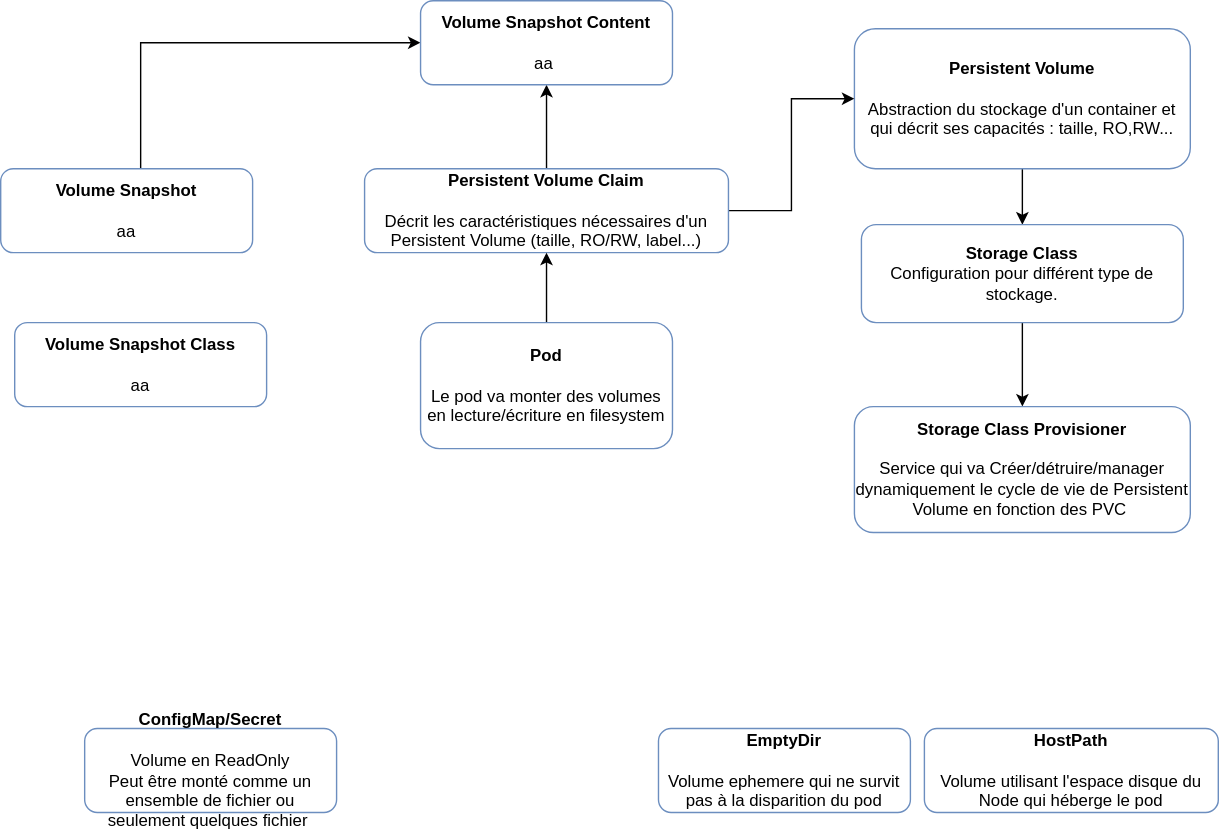
This is images/Persistence.svg from obeyler/Formation-K8S, a draw.io export, as it was before one commit. Source tidied: cells renumbered, new cells last; positions are measured from the earlier drawing's top-left corner, leaving out a move shared by most shapes.
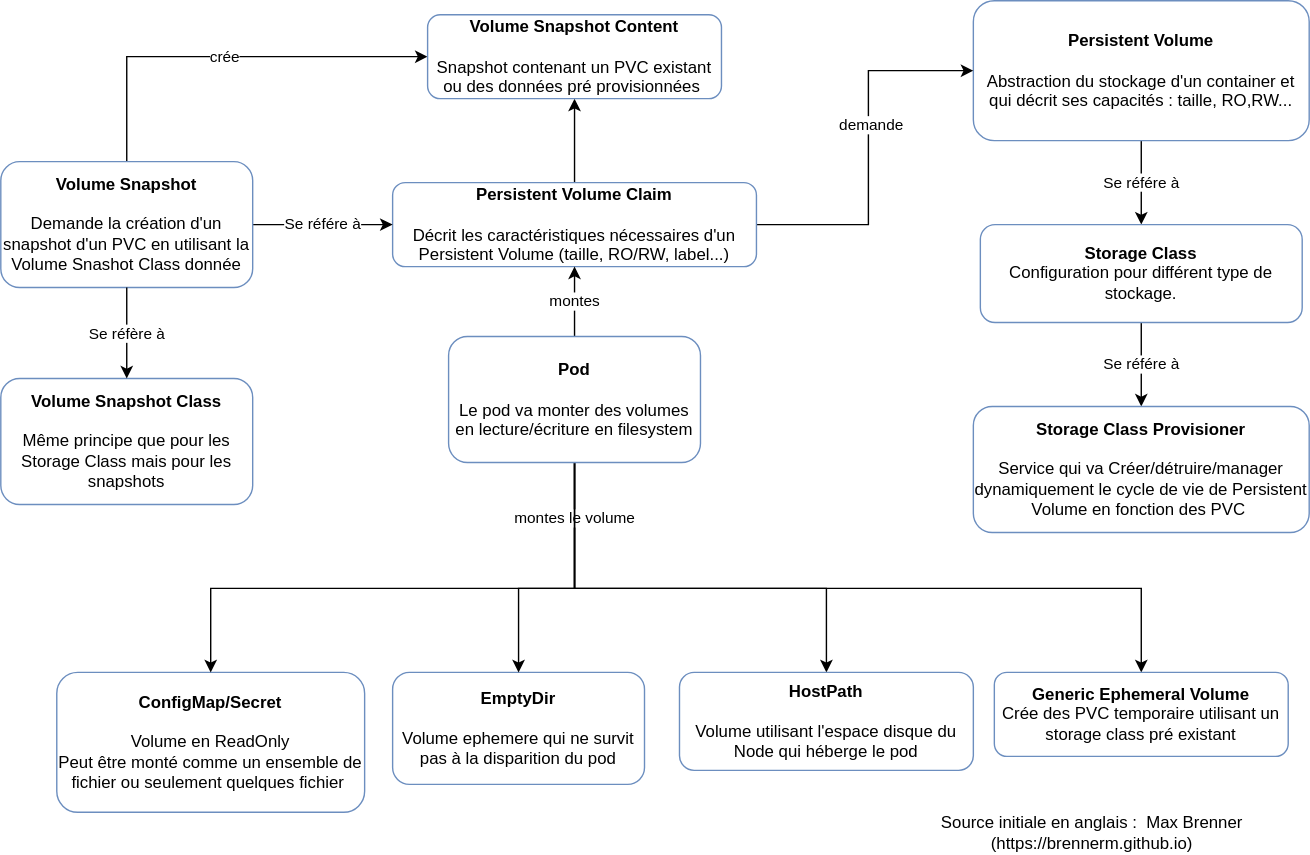
Later version of the same file.

The edit, as a diff of the source:
```diff
@@ -2,60 +2,112 @@
   <root>
     <mxCell id="0" />
     <mxCell id="1" parent="0" />
-    <mxCell id="2" style="edgeStyle=orthogonalEdgeStyle;rounded=0;jettySize=auto;html=1;entryX=0.5;entryY=0;entryDx=0;entryDy=0;" parent="1" edge="1" source="3" target="8">
+    <mxCell id="2" value="Se référe à" style="edgeStyle=orthogonalEdgeStyle;rounded=0;jettySize=auto;html=1;entryX=0.5;entryY=0;entryDx=0;entryDy=0;exitX=0.5;exitY=1;exitDx=0;exitDy=0;" parent="1" edge="1" source="3" target="8">
       <mxGeometry relative="1" as="geometry" />
     </mxCell>
     <mxCell id="3" value="&lt;b&gt;Persistent Volume&lt;/b&gt;&lt;br&gt;&lt;br&gt;Abstraction du stockage d'un container et qui décrit ses capacités : taille, RO,RW..." style="rounded=1;whiteSpace=wrap;html=1;fillColor=none;strokeColor=#6c8ebf;" parent="1" vertex="1">
-      <mxGeometry x="610" y="20" width="240" height="100" as="geometry" />
+      <mxGeometry x="675" y="-10" width="240" height="100" as="geometry" />
     </mxCell>
     <mxCell id="4" style="edgeStyle=orthogonalEdgeStyle;rounded=0;jettySize=auto;html=1;" parent="1" edge="1" source="6" target="3">
-      <mxGeometry relative="1" as="geometry" />
+      <mxGeometry relative="1" as="geometry">
+        <Array as="points">
+          <mxPoint x="600" y="150" />
+          <mxPoint x="600" y="40" />
+        </Array>
+      </mxGeometry>
     </mxCell>
+    <mxCell id="19" value="demande" style="edgeLabel;html=1;align=center;verticalAlign=middle;" parent="4" vertex="1">
+      <mxGeometry x="0.15" y="-1" relative="1" as="geometry" />
+    </mxCell>
     <mxCell id="5" style="edgeStyle=orthogonalEdgeStyle;rounded=0;jettySize=auto;html=1;" parent="1" edge="1" source="6" target="18">
       <mxGeometry relative="1" as="geometry" />
     </mxCell>
     <mxCell id="6" value="&lt;b&gt;Persistent Volume Claim&lt;/b&gt;&lt;br&gt;&lt;br&gt;Décrit les caractéristiques nécessaires d'un Persistent Volume (taille, RO/RW, label...)" style="rounded=1;whiteSpace=wrap;html=1;fillColor=none;strokeColor=#6c8ebf;" parent="1" vertex="1">
       <mxGeometry x="260" y="120" width="260" height="60" as="geometry" />
     </mxCell>
-    <mxCell id="7" style="edgeStyle=orthogonalEdgeStyle;rounded=0;jettySize=auto;html=1;entryX=0.5;entryY=0;entryDx=0;entryDy=0;" parent="1" edge="1" source="8" target="16">
+    <mxCell id="7" value="Se référe à" style="edgeStyle=orthogonalEdgeStyle;rounded=0;jettySize=auto;html=1;entryX=0.5;entryY=0;entryDx=0;entryDy=0;" parent="1" edge="1" source="8" target="16">
       <mxGeometry relative="1" as="geometry" />
     </mxCell>
     <mxCell id="8" value="&lt;b&gt;Storage Class&lt;/b&gt;&lt;br&gt;Configuration pour différent type de stockage." style="rounded=1;whiteSpace=wrap;html=1;fillColor=none;strokeColor=#6c8ebf;" parent="1" vertex="1">
-      <mxGeometry x="615" y="160" width="230" height="70" as="geometry" />
+      <mxGeometry x="680" y="150" width="230" height="70" as="geometry" />
     </mxCell>
-    <mxCell id="9" style="edgeStyle=orthogonalEdgeStyle;rounded=0;jettySize=auto;html=1;entryX=0;entryY=0.5;entryDx=0;entryDy=0;" parent="1" edge="1" source="10" target="18">
+    <mxCell id="9" value="crée" style="edgeStyle=orthogonalEdgeStyle;rounded=0;jettySize=auto;html=1;entryX=0;entryY=0.5;entryDx=0;entryDy=0;exitX=0.5;exitY=0;exitDx=0;exitDy=0;" parent="1" edge="1" source="10" target="18">
       <mxGeometry relative="1" as="geometry">
         <Array as="points">
-          <mxPoint x="100" y="30" />
+          <mxPoint x="70" y="30" />
         </Array>
       </mxGeometry>
     </mxCell>
+    <mxCell id="20" value="Se référe à" style="edgeStyle=orthogonalEdgeStyle;rounded=0;jettySize=auto;html=1;exitX=1;exitY=0.5;exitDx=0;exitDy=0;entryX=0;entryY=0.5;entryDx=0;entryDy=0;" parent="1" edge="1" source="10" target="6">
+      <mxGeometry relative="1" as="geometry" />
+    </mxCell>
-    <mxCell id="10" value="&lt;b&gt;Volume Snapshot&lt;/b&gt;&lt;br&gt;&lt;br&gt;aa" style="rounded=1;whiteSpace=wrap;html=1;fillColor=none;strokeColor=#6c8ebf;" parent="1" vertex="1">
-      <mxGeometry y="120" width="180" height="60" as="geometry" />
+    <mxCell id="10" value="&lt;b&gt;Volume Snapshot&lt;/b&gt;&lt;br&gt;&lt;br&gt;Demande la création d'un snapshot d'un PVC en utilisant la Volume Snashot Class donnée" style="rounded=1;whiteSpace=wrap;html=1;fillColor=none;strokeColor=#6c8ebf;" parent="1" vertex="1">
+      <mxGeometry x="-20" y="105" width="180" height="90" as="geometry" />
     </mxCell>
-    <mxCell id="11" value="&lt;b&gt;Volume Snapshot Class&lt;/b&gt;&lt;br&gt;&lt;br&gt;aa" style="rounded=1;whiteSpace=wrap;html=1;fillColor=none;strokeColor=#6c8ebf;" parent="1" vertex="1">
-      <mxGeometry x="10" y="230" width="180" height="60" as="geometry" />
+    <mxCell id="11" value="&lt;b&gt;Volume Snapshot Class&lt;/b&gt;&lt;br&gt;&lt;br&gt;Même principe que pour les Storage Class mais pour les snapshots" style="rounded=1;whiteSpace=wrap;html=1;fillColor=none;strokeColor=#6c8ebf;" parent="1" vertex="1">
+      <mxGeometry x="-20" y="260" width="180" height="90" as="geometry" />
     </mxCell>
     <mxCell id="12" value="&lt;b&gt;ConfigMap/Secret&lt;/b&gt;&lt;br&gt;&lt;br&gt;Volume en ReadOnly&lt;br&gt;Peut être monté comme un ensemble de fichier ou seulement quelques fichier&amp;nbsp;" style="rounded=1;whiteSpace=wrap;html=1;fillColor=none;strokeColor=#6c8ebf;" parent="1" vertex="1">
-      <mxGeometry x="60" y="520" width="180" height="60" as="geometry" />
+      <mxGeometry x="20" y="470" width="220" height="100" as="geometry" />
     </mxCell>
     <mxCell id="13" value="&lt;b&gt;EmptyDir&lt;/b&gt;&lt;br&gt;&lt;br&gt;Volume ephemere qui ne survit pas à la disparition du pod" style="rounded=1;whiteSpace=wrap;html=1;fillColor=none;strokeColor=#6c8ebf;" parent="1" vertex="1">
-      <mxGeometry x="470" y="520" width="180" height="60" as="geometry" />
+      <mxGeometry x="260" y="470" width="180" height="80" as="geometry" />
     </mxCell>
-    <mxCell id="14" style="edgeStyle=orthogonalEdgeStyle;rounded=0;jettySize=auto;html=1;entryX=0.5;entryY=1;entryDx=0;entryDy=0;" parent="1" edge="1" source="15" target="6">
+    <mxCell id="14" value="montes" style="edgeStyle=orthogonalEdgeStyle;rounded=0;jettySize=auto;html=1;entryX=0.5;entryY=1;entryDx=0;entryDy=0;" parent="1" edge="1" source="15" target="6">
       <mxGeometry relative="1" as="geometry" />
     </mxCell>
+    <mxCell id="21" style="edgeStyle=orthogonalEdgeStyle;rounded=0;jettySize=auto;html=1;entryX=0.5;entryY=0;entryDx=0;entryDy=0;" parent="1" edge="1" source="15" target="12">
+      <mxGeometry relative="1" as="geometry">
+        <Array as="points">
+          <mxPoint x="390" y="410" />
+          <mxPoint x="130" y="410" />
+        </Array>
+      </mxGeometry>
+    </mxCell>
+    <mxCell id="22" value="montes le volume" style="edgeStyle=orthogonalEdgeStyle;rounded=0;jettySize=auto;html=1;exitX=0.5;exitY=1;exitDx=0;exitDy=0;" parent="1" edge="1" source="15" target="13">
+      <mxGeometry x="-0.58" relative="1" as="geometry">
+        <Array as="points">
+          <mxPoint x="390" y="410" />
+          <mxPoint x="350" y="410" />
+        </Array>
+      </mxGeometry>
+    </mxCell>
+    <mxCell id="23" style="edgeStyle=orthogonalEdgeStyle;rounded=0;jettySize=auto;html=1;exitX=0.5;exitY=1;exitDx=0;exitDy=0;entryX=0.5;entryY=0;entryDx=0;entryDy=0;" parent="1" edge="1" source="15" target="17">
+      <mxGeometry relative="1" as="geometry">
+        <Array as="points">
+          <mxPoint x="390" y="410" />
+          <mxPoint x="570" y="410" />
+        </Array>
+      </mxGeometry>
+    </mxCell>
+    <mxCell id="24" style="edgeStyle=orthogonalEdgeStyle;rounded=0;jettySize=auto;html=1;exitX=0.5;exitY=1;exitDx=0;exitDy=0;entryX=0.5;entryY=0;entryDx=0;entryDy=0;" parent="1" edge="1" source="15" target="27">
+      <mxGeometry relative="1" as="geometry">
+        <Array as="points">
+          <mxPoint x="390" y="410" />
+          <mxPoint x="795" y="410" />
+        </Array>
+      </mxGeometry>
+    </mxCell>
     <mxCell id="15" value="&lt;b&gt;Pod&lt;/b&gt;&lt;br&gt;&lt;br&gt;Le pod va monter des volumes en lecture/écriture en filesystem" style="rounded=1;whiteSpace=wrap;html=1;fillColor=none;strokeColor=#6c8ebf;" parent="1" vertex="1">
       <mxGeometry x="300" y="230" width="180" height="90" as="geometry" />
     </mxCell>
     <mxCell id="16" value="&lt;b&gt;Storage Class Provisioner&lt;/b&gt;&lt;br&gt;&lt;br&gt;Service qui va Créer/détruire/manager dynamiquement le cycle de vie de Persistent Volume en fonction des PVC&amp;nbsp;" style="rounded=1;whiteSpace=wrap;html=1;fillColor=none;strokeColor=#6c8ebf;" parent="1" vertex="1">
-      <mxGeometry x="610" y="290" width="240" height="90" as="geometry" />
+      <mxGeometry x="675" y="280" width="240" height="90" as="geometry" />
     </mxCell>
     <mxCell id="17" value="&lt;b&gt;HostPath&lt;/b&gt;&lt;br&gt;&lt;br&gt;Volume utilisant l'espace disque du Node qui héberge le pod&lt;br&gt;" style="rounded=1;whiteSpace=wrap;html=1;fillColor=none;strokeColor=#6c8ebf;" parent="1" vertex="1">
-      <mxGeometry x="660" y="520" width="210" height="60" as="geometry" />
+      <mxGeometry x="465" y="470" width="210" height="70" as="geometry" />
     </mxCell>
-    <mxCell id="18" value="&lt;b&gt;Volume Snapshot Content&lt;/b&gt;&lt;br&gt;&lt;br&gt;aa&amp;nbsp;" style="rounded=1;whiteSpace=wrap;html=1;fillColor=none;strokeColor=#6c8ebf;" parent="1" vertex="1">
-      <mxGeometry x="300" width="180" height="60" as="geometry" />
+    <mxCell id="18" value="&lt;b&gt;Volume Snapshot Content&lt;/b&gt;&lt;br&gt;&lt;br&gt;Snapshot contenant un PVC existant ou des données pré provisionnées&amp;nbsp;" style="rounded=1;whiteSpace=wrap;html=1;fillColor=none;strokeColor=#6c8ebf;" parent="1" vertex="1">
+      <mxGeometry x="285" width="210" height="60" as="geometry" />
     </mxCell>
+    <mxCell id="25" value="Source initiale en anglais :&amp;nbsp; Max Brenner&lt;br&gt;(https://brennerm.github.io)" style="text;html=1;strokeColor=none;fillColor=none;align=center;verticalAlign=middle;whiteSpace=wrap;rounded=0;dashed=1;" parent="1" vertex="1">
+      <mxGeometry x="620" y="570" width="280" height="30" as="geometry" />
+    </mxCell>
+    <mxCell id="26" value="Se réfère à" style="edgeStyle=orthogonalEdgeStyle;rounded=0;jettySize=auto;html=1;exitX=0.5;exitY=1;exitDx=0;exitDy=0;entryX=0.5;entryY=0;entryDx=0;entryDy=0;" parent="1" edge="1" source="10" target="11">
+      <mxGeometry relative="1" as="geometry" />
+    </mxCell>
+    <mxCell id="27" value="&lt;b&gt;Generic Ephemeral Volume&lt;/b&gt;&lt;br&gt;Crée des PVC temporaire utilisant un storage class pré existant" style="rounded=1;whiteSpace=wrap;html=1;fillColor=none;strokeColor=#6c8ebf;" parent="1" vertex="1">
+      <mxGeometry x="690" y="470" width="210" height="60" as="geometry" />
+    </mxCell>
   </root>
 </mxGraphModel>
```
